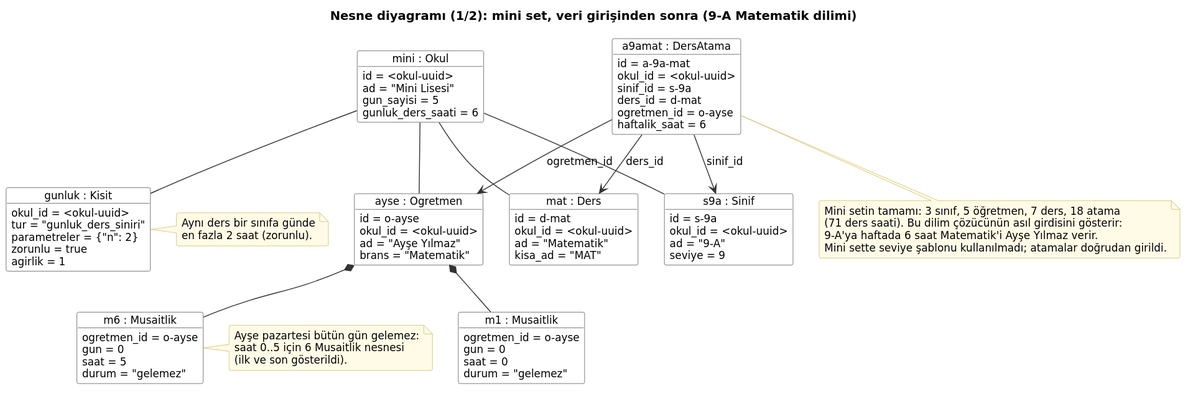
Above: docs/diyagramlar/cikti/07-nesne-veri-girisi.svg in yusuf-aycicek/cizelge (PlantUML), before the change. The source it was exported from:
```plantuml
@startuml
!include _stil.iuml
title Nesne diyagramı (1/2): mini set, veri girişinden sonra (9-A Matematik dilimi)


object "mini : Okul" as okul {
  id = <okul-uuid>
  ad = "Mini Lisesi"
  gun_sayisi = 5
  gunluk_ders_saati = 6
}

object "ayse : Ogretmen" as ayse {
  id = o-ayse
  okul_id = <okul-uuid>
  ad = "Ayşe Yılmaz"
  brans = "Matematik"
}

object "s9a : Sinif" as s9a {
  id = s-9a
  okul_id = <okul-uuid>
  ad = "9-A"
  seviye = 9
}

object "mat : Ders" as mat {
  id = d-mat
  okul_id = <okul-uuid>
  ad = "Matematik"
  kisa_ad = "MAT"
}

object "a9amat : DersAtama" as atama {
  id = a-9a-mat
  okul_id = <okul-uuid>
  sinif_id = s-9a
  ders_id = d-mat
  ogretmen_id = o-ayse
  haftalik_saat = 6
}

object "m1 : Musaitlik" as m1 {
  ogretmen_id = o-ayse
  gun = 0
  saat = 0
  durum = "gelemez"
}

object "m6 : Musaitlik" as m6 {
  ogretmen_id = o-ayse
  gun = 0
  saat = 5
  durum = "gelemez"
}

object "gunluk : Kisit" as kisit {
  okul_id = <okul-uuid>
  tur = "gunluk_ders_siniri"
  parametreler = {"n": 2}
  zorunlu = true
  agirlik = 1
}

okul -- ayse
okul -- s9a
okul -- mat
okul -- kisit
atama --> s9a : sinif_id
atama --> mat : ders_id
atama --> ayse : ogretmen_id
ayse *-- m1
ayse *-- m6

note right of m6
  Ayşe pazartesi bütün gün gelemez:
  saat 0..5 için 6 Musaitlik nesnesi
  (ilk ve son gösterildi).
end note

note bottom of atama
  Mini setin tamamı: 3 sınıf, 5 öğretmen, 7 ders, 18 atama
  (71 ders saati). Bu dilim çözücünün asıl girdisini gösterir:
  9-A'ya haftada 6 saat Matematik'i Ayşe Yılmaz verir.
  Mini sette seviye şablonu kullanılmadı; atamalar doğrudan girildi.
end note

note right of kisit
  Aynı ders bir sınıfa günde
  en fazla 2 saat (zorunlu).
end note
@enduml
```
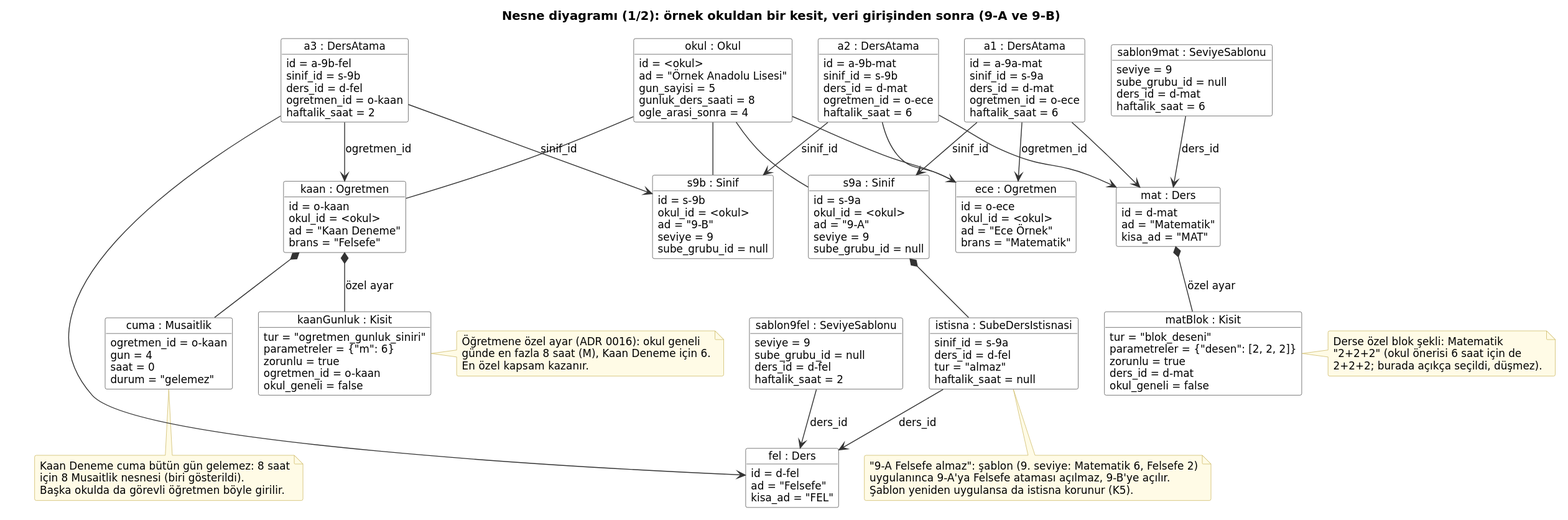
The same file after the commit.

The edit, as a diff of the source:
```diff
@@ -1,92 +1,161 @@
 @startuml
 !include _stil.iuml
-title Nesne diyagramı (1/2): mini set, veri girişinden sonra (9-A Matematik dilimi)
+title Nesne diyagramı (1/2): örnek okuldan bir kesit, veri girişinden sonra (9-A ve 9-B)
 
 
-object "mini : Okul" as okul {
-  id = <okul-uuid>
-  ad = "Mini Lisesi"
+object "okul : Okul" as okul {
+  id = <okul>
+  ad = "Örnek Anadolu Lisesi"
   gun_sayisi = 5
-  gunluk_ders_saati = 6
-}
-
-object "ayse : Ogretmen" as ayse {
-  id = o-ayse
-  okul_id = <okul-uuid>
-  ad = "Ayşe Yılmaz"
-  brans = "Matematik"
+  gunluk_ders_saati = 8
+  ogle_arasi_sonra = 4
 }
 
 object "s9a : Sinif" as s9a {
   id = s-9a
-  okul_id = <okul-uuid>
+  okul_id = <okul>
   ad = "9-A"
   seviye = 9
+  sube_grubu_id = null
+}
+object "s9b : Sinif" as s9b {
+  id = s-9b
+  okul_id = <okul>
+  ad = "9-B"
+  seviye = 9
+  sube_grubu_id = null
 }
 
 object "mat : Ders" as mat {
   id = d-mat
-  okul_id = <okul-uuid>
   ad = "Matematik"
   kisa_ad = "MAT"
 }
+object "fel : Ders" as fel {
+  id = d-fel
+  ad = "Felsefe"
+  kisa_ad = "FEL"
+}
 
-object "a9amat : DersAtama" as atama {
+object "ece : Ogretmen" as ece {
+  id = o-ece
+  okul_id = <okul>
+  ad = "Ece Örnek"
+  brans = "Matematik"
+}
+object "kaan : Ogretmen" as kaan {
+  id = o-kaan
+  okul_id = <okul>
+  ad = "Kaan Deneme"
+  brans = "Felsefe"
+}
+
+object "sablon9mat : SeviyeSablonu" as sb1 {
+  seviye = 9
+  sube_grubu_id = null
+  ders_id = d-mat
+  haftalik_saat = 6
+}
+object "sablon9fel : SeviyeSablonu" as sb2 {
+  seviye = 9
+  sube_grubu_id = null
+  ders_id = d-fel
+  haftalik_saat = 2
+}
+
+object "istisna : SubeDersIstisnasi" as ist {
+  sinif_id = s-9a
+  ders_id = d-fel
+  tur = "almaz"
+  haftalik_saat = null
+}
+
+object "a1 : DersAtama" as a1 {
   id = a-9a-mat
-  okul_id = <okul-uuid>
   sinif_id = s-9a
   ders_id = d-mat
-  ogretmen_id = o-ayse
+  ogretmen_id = o-ece
   haftalik_saat = 6
 }
+object "a2 : DersAtama" as a2 {
+  id = a-9b-mat
+  sinif_id = s-9b
+  ders_id = d-mat
+  ogretmen_id = o-ece
+  haftalik_saat = 6
+}
+object "a3 : DersAtama" as a3 {
+  id = a-9b-fel
+  sinif_id = s-9b
+  ders_id = d-fel
+  ogretmen_id = o-kaan
+  haftalik_saat = 2
+}
 
-object "m1 : Musaitlik" as m1 {
-  ogretmen_id = o-ayse
-  gun = 0
+object "cuma : Musaitlik" as mus {
+  ogretmen_id = o-kaan
+  gun = 4
   saat = 0
   durum = "gelemez"
 }
 
-object "m6 : Musaitlik" as m6 {
-  ogretmen_id = o-ayse
-  gun = 0
-  saat = 5
-  durum = "gelemez"
+object "kaanGunluk : Kisit" as k1 {
+  tur = "ogretmen_gunluk_siniri"
+  parametreler = {"m": 6}
+  zorunlu = true
+  ogretmen_id = o-kaan
+  okul_geneli = false
+}
+object "matBlok : Kisit" as k2 {
+  tur = "blok_deseni"
+  parametreler = {"desen": [2, 2, 2]}
+  zorunlu = true
+  ders_id = d-mat
+  okul_geneli = false
 }
 
-object "gunluk : Kisit" as kisit {
-  okul_id = <okul-uuid>
-  tur = "gunluk_ders_siniri"
-  parametreler = {"n": 2}
-  zorunlu = true
-  agirlik = 1
-}
+okul -- s9a
+okul -- s9b
+okul -- ece
+okul -- kaan
+sb1 --> mat : ders_id
+sb2 --> fel : ders_id
+s9a *-- ist
+ist --> fel : ders_id
+a1 --> s9a : sinif_id
+a1 --> mat
+a1 --> ece : ogretmen_id
+a2 --> s9b : sinif_id
+a2 --> mat
+a2 --> ece
+a3 --> s9b : sinif_id
+a3 --> fel
+a3 --> kaan : ogretmen_id
+kaan *-- mus
+kaan *-- k1 : özel ayar
+mat *-- k2 : özel ayar
 
-okul -- ayse
-okul -- s9a
-okul -- mat
-okul -- kisit
-atama --> s9a : sinif_id
-atama --> mat : ders_id
-atama --> ayse : ogretmen_id
-ayse *-- m1
-ayse *-- m6
-
-note right of m6
-  Ayşe pazartesi bütün gün gelemez:
-  saat 0..5 için 6 Musaitlik nesnesi
-  (ilk ve son gösterildi).
+note bottom of ist
+  "9-A Felsefe almaz": şablon (9. seviye: Matematik 6, Felsefe 2)
+  uygulanınca 9-A'ya Felsefe ataması açılmaz, 9-B'ye açılır.
+  Şablon yeniden uygulansa da istisna korunur (K5).
 end note
 
-note bottom of atama
-  Mini setin tamamı: 3 sınıf, 5 öğretmen, 7 ders, 18 atama
-  (71 ders saati). Bu dilim çözücünün asıl girdisini gösterir:
-  9-A'ya haftada 6 saat Matematik'i Ayşe Yılmaz verir.
-  Mini sette seviye şablonu kullanılmadı; atamalar doğrudan girildi.
+note right of k1
+  Öğretmene özel ayar (ADR 0016): okul geneli
+  günde en fazla 8 saat (M), Kaan Deneme için 6.
+  En özel kapsam kazanır.
 end note
 
-note right of kisit
-  Aynı ders bir sınıfa günde
-  en fazla 2 saat (zorunlu).
+note right of k2
+  Derse özel blok şekli: Matematik
+  "2+2+2" (okul önerisi 6 saat için de
+  2+2+2; burada açıkça seçildi, düşmez).
+end note
+
+note bottom of mus
+  Kaan Deneme cuma bütün gün gelemez: 8 saat
+  için 8 Musaitlik nesnesi (biri gösterildi).
+  Başka okulda da görevli öğretmen böyle girilir.
 end note
 @enduml
```
